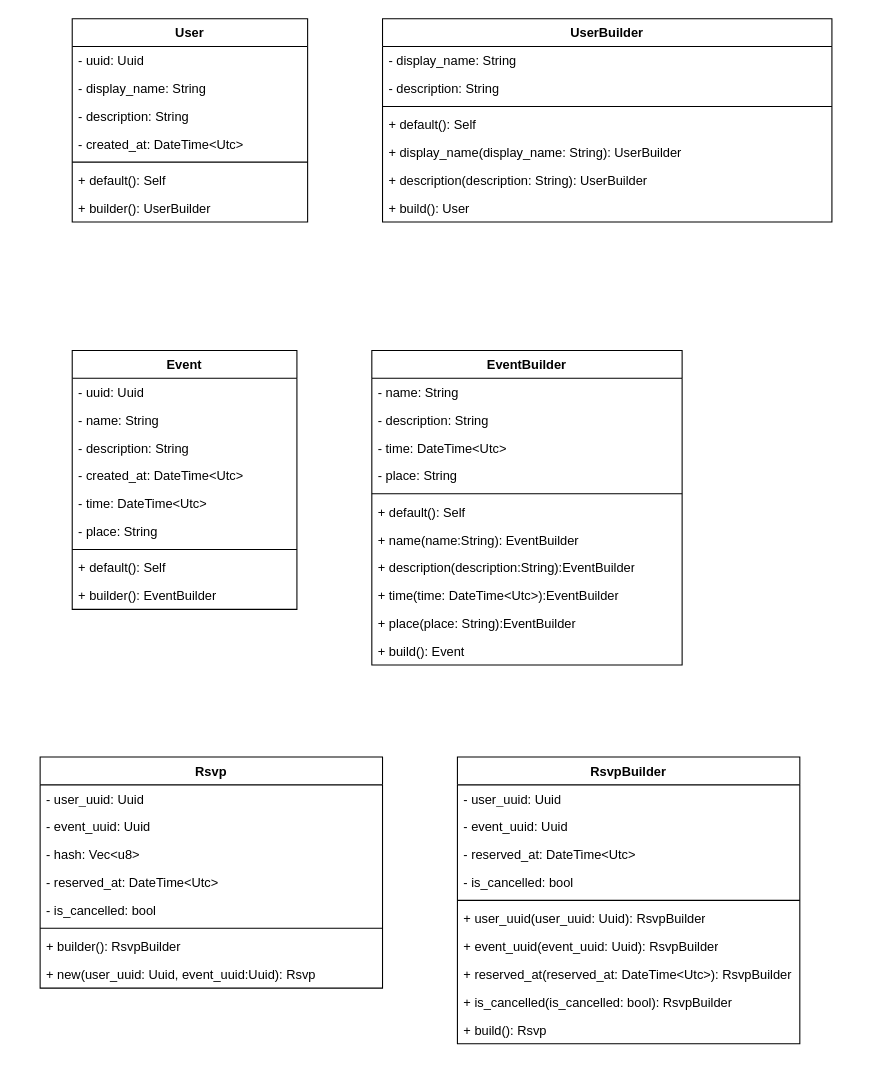
Above: docs/diagrams/class/diagram-class.es.drawio in a-mayb3/group_n_meet_backend (draw.io), before the change. Source tidied: cells renumbered, new cells numbered last; positions are measured from the earlier drawing's top-left corner, leaving out a move shared by most shapes. Both pictures are drawn from the tidied source at 107%, with x=0, y=0 at pixel (40, 18).
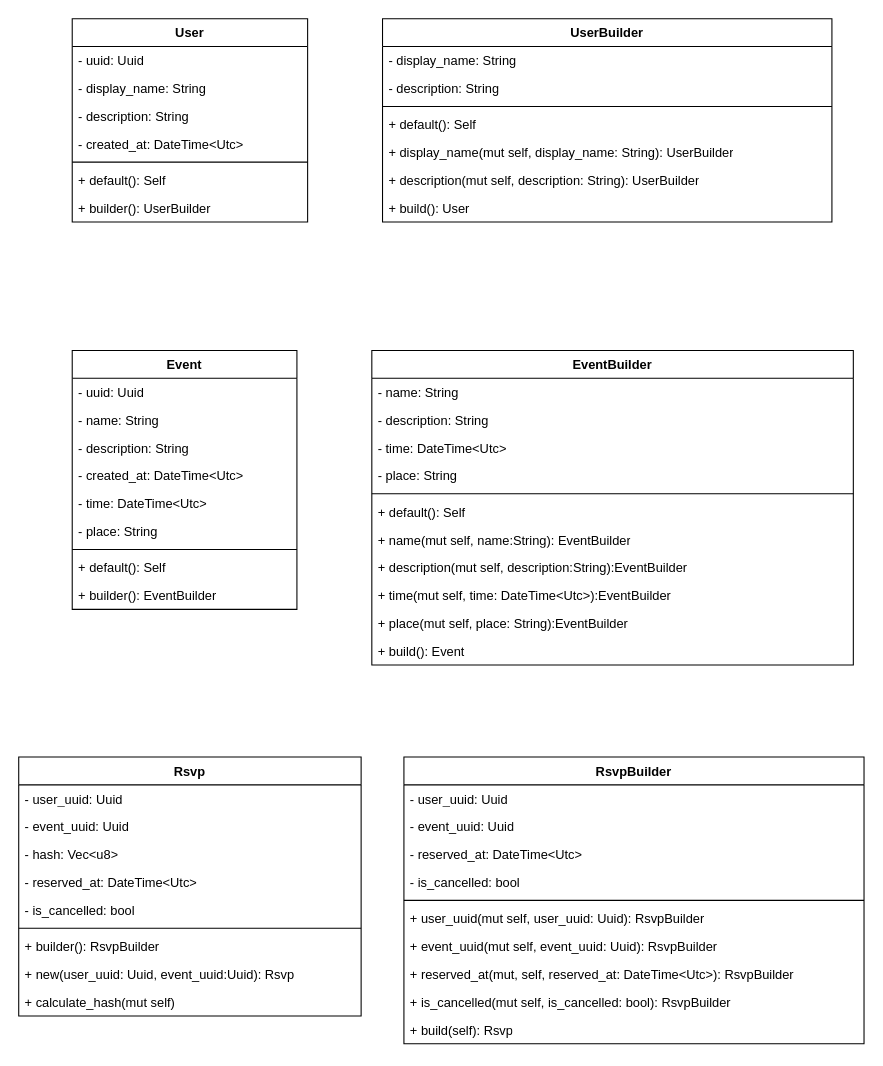
The same diagram, later.

Commit message:
Fixed builders functions not having self argument + added calculate_hash() method

Unchanged cells that the change refers to:
```xml
<mxCell id="10" value="UserBuilder" style="swimlane;fontStyle=1;align=center;verticalAlign=top;horizontal=1;startSize=26;whiteSpace=wrap;html=1;" parent="1" vertex="1">
  <mxGeometry x="320" width="420" height="190" as="geometry" />
</mxCell>
```

Change to the diagram source:
```diff
@@
-    <mxCell id="15" value="+ display_name(display_name: String): UserBuilder" style="text;strokeColor=none;fillColor=none;align=left;verticalAlign=top;spacingLeft=4;spacingRight=4;overflow=hidden;whiteSpace=wrap;html=1;" parent="10" vertex="1">
+    <mxCell id="15" value="+ display_name(mut self, display_name: String): UserBuilder" style="text;strokeColor=none;fillColor=none;align=left;verticalAlign=top;spacingLeft=4;spacingRight=4;overflow=hidden;whiteSpace=wrap;html=1;" parent="10" vertex="1">
       <mxGeometry y="112" width="420" height="26" as="geometry" />
     </mxCell>
-    <mxCell id="16" value="+ description(description: String): UserBuilder" style="text;strokeColor=none;fillColor=none;align=left;verticalAlign=top;spacingLeft=4;spacingRight=4;overflow=hidden;whiteSpace=wrap;html=1;" parent="10" vertex="1">
+    <mxCell id="16" value="+ description(mut self, description: String): UserBuilder" style="text;strokeColor=none;fillColor=none;align=left;verticalAlign=top;spacingLeft=4;spacingRight=4;overflow=hidden;whiteSpace=wrap;html=1;" parent="10" vertex="1">
       <mxGeometry y="138" width="420" height="26" as="geometry" />
     </mxCell>
@@
     <mxCell id="28" value="Rsvp" style="swimlane;fontStyle=1;align=center;verticalAlign=top;horizontal=1;startSize=26;whiteSpace=wrap;html=1;" parent="1" vertex="1">
-      <mxGeometry y="690" width="320" height="216" as="geometry" />
+      <mxGeometry x="-20" y="690" width="320" height="242" as="geometry" />
     </mxCell>
@@
+    <mxCell id="60" value="+ calculate_hash(mut self)" style="text;strokeColor=none;fillColor=none;align=left;verticalAlign=top;spacingLeft=4;spacingRight=4;overflow=hidden;whiteSpace=wrap;html=1;" parent="28" vertex="1">
+      <mxGeometry y="216" width="320" height="26" as="geometry" />
+    </mxCell>
     <mxCell id="37" value="RsvpBuilder" style="swimlane;fontStyle=1;align=center;verticalAlign=top;horizontal=1;startSize=26;whiteSpace=wrap;html=1;" parent="1" vertex="1">
-      <mxGeometry x="390" y="690" width="320" height="268" as="geometry" />
+      <mxGeometry x="340" y="690" width="430" height="268" as="geometry" />
     </mxCell>
     <mxCell id="38" value="- user_uuid: Uuid" style="text;strokeColor=none;fillColor=none;align=left;verticalAlign=top;spacingLeft=4;spacingRight=4;overflow=hidden;whiteSpace=wrap;html=1;" parent="37" vertex="1">
-      <mxGeometry y="26" width="320" height="26" as="geometry" />
+      <mxGeometry y="26" width="430" height="26" as="geometry" />
     </mxCell>
     <mxCell id="39" value="- event_uuid: Uuid" style="text;strokeColor=none;fillColor=none;align=left;verticalAlign=top;spacingLeft=4;spacingRight=4;overflow=hidden;whiteSpace=wrap;html=1;" parent="37" vertex="1">
-      <mxGeometry y="52" width="320" height="26" as="geometry" />
+      <mxGeometry y="52" width="430" height="26" as="geometry" />
     </mxCell>
     <mxCell id="40" value="- reserved_at: DateTime&amp;lt;Utc&amp;gt;" style="text;strokeColor=none;fillColor=none;align=left;verticalAlign=top;spacingLeft=4;spacingRight=4;overflow=hidden;whiteSpace=wrap;html=1;" parent="37" vertex="1">
-      <mxGeometry y="78" width="320" height="26" as="geometry" />
+      <mxGeometry y="78" width="430" height="26" as="geometry" />
     </mxCell>
     <mxCell id="41" value="- is_cancelled: bool" style="text;strokeColor=none;fillColor=none;align=left;verticalAlign=top;spacingLeft=4;spacingRight=4;overflow=hidden;whiteSpace=wrap;html=1;" parent="37" vertex="1">
-      <mxGeometry y="104" width="320" height="26" as="geometry" />
+      <mxGeometry y="104" width="430" height="26" as="geometry" />
     </mxCell>
     <mxCell id="42" style="line;strokeWidth=1;fillColor=none;align=left;verticalAlign=middle;spacingTop=-1;spacingLeft=3;spacingRight=3;labelPosition=right;strokeColor=inherit;" parent="37" vertex="1">
-      <mxGeometry y="130" width="320" height="8" as="geometry" />
+      <mxGeometry y="130" width="430" height="8" as="geometry" />
     </mxCell>
-    <mxCell id="43" value="+ user_uuid(user_uuid: Uuid): RsvpBuilder" style="text;strokeColor=none;fillColor=none;align=left;verticalAlign=top;spacingLeft=4;spacingRight=4;overflow=hidden;whiteSpace=wrap;html=1;" parent="37" vertex="1">
-      <mxGeometry y="138" width="320" height="26" as="geometry" />
+    <mxCell id="43" value="+ user_uuid(mut self, user_uuid: Uuid): RsvpBuilder" style="text;strokeColor=none;fillColor=none;align=left;verticalAlign=top;spacingLeft=4;spacingRight=4;overflow=hidden;whiteSpace=wrap;html=1;" parent="37" vertex="1">
+      <mxGeometry y="138" width="430" height="26" as="geometry" />
     </mxCell>
-    <mxCell id="44" value="+ event_uuid(event_uuid: Uuid): RsvpBuilder" style="text;strokeColor=none;fillColor=none;align=left;verticalAlign=top;spacingLeft=4;spacingRight=4;overflow=hidden;whiteSpace=wrap;html=1;" parent="37" vertex="1">
-      <mxGeometry y="164" width="320" height="26" as="geometry" />
+    <mxCell id="44" value="+ event_uuid(mut self, event_uuid: Uuid): RsvpBuilder" style="text;strokeColor=none;fillColor=none;align=left;verticalAlign=top;spacingLeft=4;spacingRight=4;overflow=hidden;whiteSpace=wrap;html=1;" parent="37" vertex="1">
+      <mxGeometry y="164" width="430" height="26" as="geometry" />
     </mxCell>
-    <mxCell id="45" value="+ reserved_at(reserved_at: DateTime&amp;lt;Utc&amp;gt;): RsvpBuilder" style="text;strokeColor=none;fillColor=none;align=left;verticalAlign=top;spacingLeft=4;spacingRight=4;overflow=hidden;whiteSpace=wrap;html=1;" parent="37" vertex="1">
-      <mxGeometry y="190" width="320" height="26" as="geometry" />
+    <mxCell id="45" value="+ reserved_at(mut, self, reserved_at: DateTime&amp;lt;Utc&amp;gt;): RsvpBuilder" style="text;strokeColor=none;fillColor=none;align=left;verticalAlign=top;spacingLeft=4;spacingRight=4;overflow=hidden;whiteSpace=wrap;html=1;" parent="37" vertex="1">
+      <mxGeometry y="190" width="430" height="26" as="geometry" />
     </mxCell>
-    <mxCell id="46" value="+ is_cancelled(is_cancelled: bool): RsvpBuilder" style="text;strokeColor=none;fillColor=none;align=left;verticalAlign=top;spacingLeft=4;spacingRight=4;overflow=hidden;whiteSpace=wrap;html=1;" parent="37" vertex="1">
-      <mxGeometry y="216" width="320" height="26" as="geometry" />
+    <mxCell id="46" value="+ is_cancelled(mut self, is_cancelled: bool): RsvpBuilder" style="text;strokeColor=none;fillColor=none;align=left;verticalAlign=top;spacingLeft=4;spacingRight=4;overflow=hidden;whiteSpace=wrap;html=1;" parent="37" vertex="1">
+      <mxGeometry y="216" width="430" height="26" as="geometry" />
     </mxCell>
-    <mxCell id="47" value="+ build(): Rsvp" style="text;strokeColor=none;fillColor=none;align=left;verticalAlign=top;spacingLeft=4;spacingRight=4;overflow=hidden;whiteSpace=wrap;html=1;" parent="37" vertex="1">
-      <mxGeometry y="242" width="320" height="26" as="geometry" />
+    <mxCell id="47" value="+ build(self): Rsvp" style="text;strokeColor=none;fillColor=none;align=left;verticalAlign=top;spacingLeft=4;spacingRight=4;overflow=hidden;whiteSpace=wrap;html=1;" parent="37" vertex="1">
+      <mxGeometry y="242" width="430" height="26" as="geometry" />
     </mxCell>
     <mxCell id="48" value="EventBuilder" style="swimlane;fontStyle=1;align=center;verticalAlign=top;horizontal=1;startSize=26;whiteSpace=wrap;html=1;" parent="1" vertex="1">
-      <mxGeometry x="310" y="310" width="290" height="294" as="geometry" />
+      <mxGeometry x="310" y="310" width="450" height="294" as="geometry" />
     </mxCell>
     <mxCell id="49" value="- name: String" style="text;strokeColor=none;fillColor=none;align=left;verticalAlign=top;spacingLeft=4;spacingRight=4;overflow=hidden;whiteSpace=wrap;html=1;" parent="48" vertex="1">
-      <mxGeometry y="26" width="290" height="26" as="geometry" />
+      <mxGeometry y="26" width="450" height="26" as="geometry" />
     </mxCell>
     <mxCell id="50" value="- description: String" style="text;strokeColor=none;fillColor=none;align=left;verticalAlign=top;spacingLeft=4;spacingRight=4;overflow=hidden;whiteSpace=wrap;html=1;" parent="48" vertex="1">
-      <mxGeometry y="52" width="290" height="26" as="geometry" />
+      <mxGeometry y="52" width="450" height="26" as="geometry" />
     </mxCell>
     <mxCell id="51" value="- time: DateTime&amp;lt;Utc&amp;gt;" style="text;strokeColor=none;fillColor=none;align=left;verticalAlign=top;spacingLeft=4;spacingRight=4;overflow=hidden;whiteSpace=wrap;html=1;" parent="48" vertex="1">
-      <mxGeometry y="78" width="290" height="26" as="geometry" />
+      <mxGeometry y="78" width="450" height="26" as="geometry" />
     </mxCell>
     <mxCell id="52" value="- place: String" style="text;strokeColor=none;fillColor=none;align=left;verticalAlign=top;spacingLeft=4;spacingRight=4;overflow=hidden;whiteSpace=wrap;html=1;" parent="48" vertex="1">
-      <mxGeometry y="104" width="290" height="26" as="geometry" />
+      <mxGeometry y="104" width="450" height="26" as="geometry" />
     </mxCell>
     <mxCell id="53" style="line;strokeWidth=1;fillColor=none;align=left;verticalAlign=middle;spacingTop=-1;spacingLeft=3;spacingRight=3;labelPosition=right;strokeColor=inherit;" parent="48" vertex="1">
-      <mxGeometry y="130" width="290" height="8" as="geometry" />
+      <mxGeometry y="130" width="450" height="8" as="geometry" />
     </mxCell>
     <mxCell id="54" value="+ default(): Self" style="text;strokeColor=none;fillColor=none;align=left;verticalAlign=top;spacingLeft=4;spacingRight=4;overflow=hidden;whiteSpace=wrap;html=1;" parent="48" vertex="1">
-      <mxGeometry y="138" width="290" height="26" as="geometry" />
+      <mxGeometry y="138" width="450" height="26" as="geometry" />
     </mxCell>
-    <mxCell id="55" value="+ name(name:String): EventBuilder" style="text;strokeColor=none;fillColor=none;align=left;verticalAlign=top;spacingLeft=4;spacingRight=4;overflow=hidden;whiteSpace=wrap;html=1;" parent="48" vertex="1">
-      <mxGeometry y="164" width="290" height="26" as="geometry" />
+    <mxCell id="55" value="+ name(mut self, name:String): EventBuilder" style="text;strokeColor=none;fillColor=none;align=left;verticalAlign=top;spacingLeft=4;spacingRight=4;overflow=hidden;whiteSpace=wrap;html=1;" parent="48" vertex="1">
+      <mxGeometry y="164" width="450" height="26" as="geometry" />
     </mxCell>
-    <mxCell id="56" value="+ description(description:String):EventBuilder" style="text;strokeColor=none;fillColor=none;align=left;verticalAlign=top;spacingLeft=4;spacingRight=4;overflow=hidden;whiteSpace=wrap;html=1;" parent="48" vertex="1">
-      <mxGeometry y="190" width="290" height="26" as="geometry" />
+    <mxCell id="56" value="+ description(mut self, description:String):EventBuilder" style="text;strokeColor=none;fillColor=none;align=left;verticalAlign=top;spacingLeft=4;spacingRight=4;overflow=hidden;whiteSpace=wrap;html=1;" parent="48" vertex="1">
+      <mxGeometry y="190" width="450" height="26" as="geometry" />
     </mxCell>
-    <mxCell id="57" value="+ time(time: DateTime&amp;lt;Utc&amp;gt;):EventBuilder" style="text;strokeColor=none;fillColor=none;align=left;verticalAlign=top;spacingLeft=4;spacingRight=4;overflow=hidden;whiteSpace=wrap;html=1;" parent="48" vertex="1">
-      <mxGeometry y="216" width="290" height="26" as="geometry" />
+    <mxCell id="57" value="+ time(mut self, time: DateTime&amp;lt;Utc&amp;gt;):EventBuilder" style="text;strokeColor=none;fillColor=none;align=left;verticalAlign=top;spacingLeft=4;spacingRight=4;overflow=hidden;whiteSpace=wrap;html=1;" parent="48" vertex="1">
+      <mxGeometry y="216" width="450" height="26" as="geometry" />
     </mxCell>
-    <mxCell id="58" value="+ place(place: String):EventBuilder" style="text;strokeColor=none;fillColor=none;align=left;verticalAlign=top;spacingLeft=4;spacingRight=4;overflow=hidden;whiteSpace=wrap;html=1;" parent="48" vertex="1">
-      <mxGeometry y="242" width="290" height="26" as="geometry" />
+    <mxCell id="58" value="+ place(mut self, place: String):EventBuilder" style="text;strokeColor=none;fillColor=none;align=left;verticalAlign=top;spacingLeft=4;spacingRight=4;overflow=hidden;whiteSpace=wrap;html=1;" parent="48" vertex="1">
+      <mxGeometry y="242" width="450" height="26" as="geometry" />
     </mxCell>
     <mxCell id="59" value="+ build(): Event" style="text;strokeColor=none;fillColor=none;align=left;verticalAlign=top;spacingLeft=4;spacingRight=4;overflow=hidden;whiteSpace=wrap;html=1;" parent="48" vertex="1">
-      <mxGeometry y="268" width="290" height="26" as="geometry" />
+      <mxGeometry y="268" width="450" height="26" as="geometry" />
     </mxCell>
```
